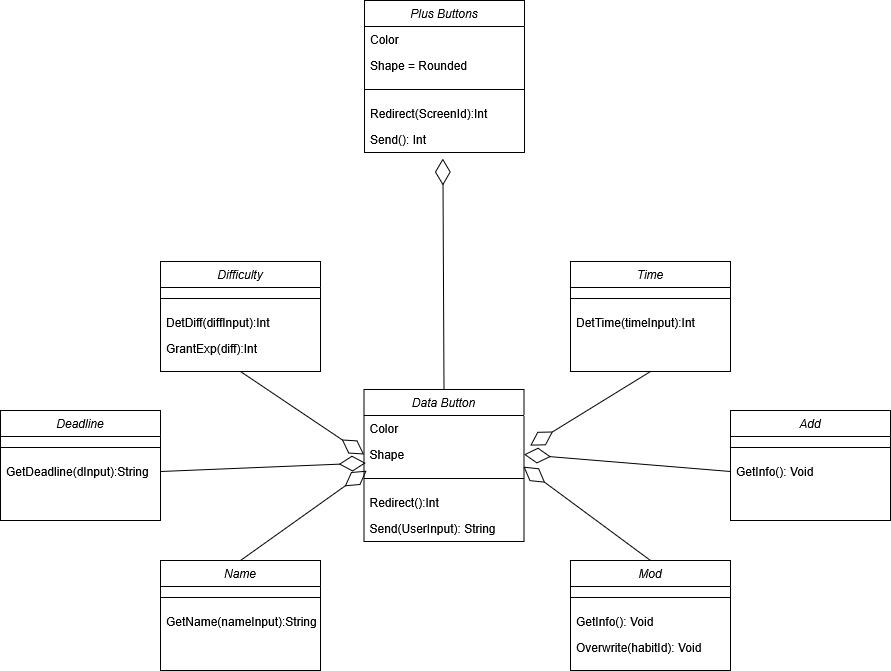
Before: Diagrams/Class_Buttons.drawio.png, a diagram exported from draw.io (Fabiancipher/Habitra). Source tidied: cells renumbered, new cells last; positions are measured from the earlier drawing's top-left corner, leaving out a move shared by most shapes.
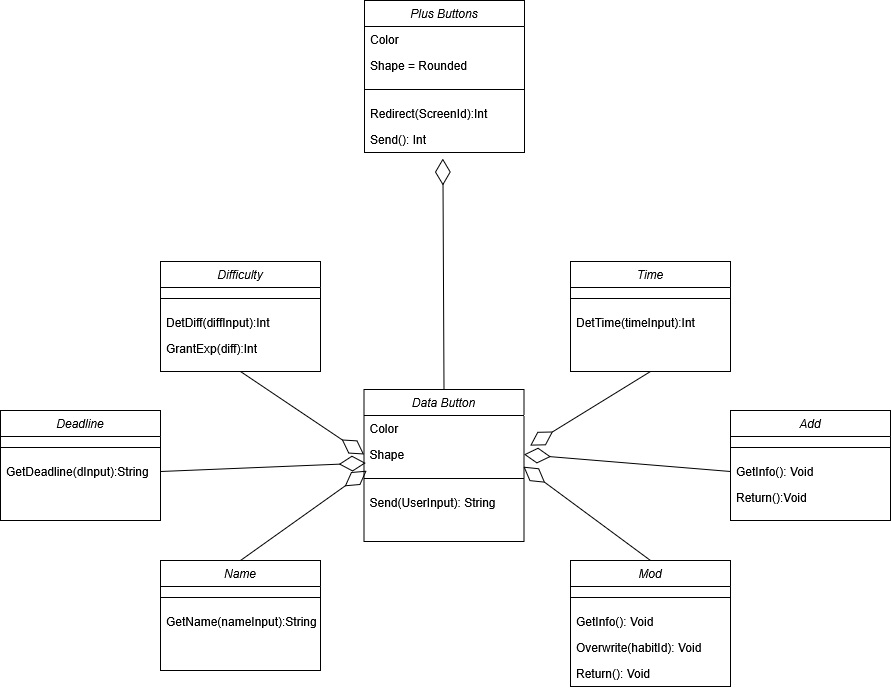
Above is the later version.

The edit, as a diff of the source:
```diff
@@ -50,6 +50,9 @@
     <mxCell id="17" value="GetInfo(): Void" style="text;align=left;verticalAlign=top;spacingLeft=4;spacingRight=4;overflow=hidden;points=[[0,0.5],[1,0.5]];portConstraint=eastwest;" parent="15" vertex="1">
       <mxGeometry y="48" width="160" height="26" as="geometry" />
     </mxCell>
+    <mxCell id="41" value="Return():Void" style="text;align=left;verticalAlign=top;spacingLeft=4;spacingRight=4;overflow=hidden;" parent="15" vertex="1">
+      <mxGeometry y="74" width="160" height="26" as="geometry" />
+    </mxCell>
     <mxCell id="18" value="Name" style="swimlane;fontStyle=2;align=center;verticalAlign=top;horizontal=1;startSize=26;rounded=0;shadow=0;strokeWidth=1;" parent="1" vertex="1">
       <mxGeometry x="160" y="560" width="160" height="110" as="geometry" />
     </mxCell>
@@ -80,14 +83,11 @@
     <mxCell id="27" style="line;html=1;strokeWidth=1;align=left;verticalAlign=middle;spacingTop=-1;spacingLeft=3;spacingRight=3;labelPosition=right;" parent="24" vertex="1">
       <mxGeometry y="78" width="160" height="22" as="geometry" />
     </mxCell>
-    <mxCell id="28" value="Redirect():Int" style="text;align=left;verticalAlign=top;spacingLeft=4;spacingRight=4;overflow=hidden;" parent="24" vertex="1">
-      <mxGeometry y="100" width="160" height="26" as="geometry" />
-    </mxCell>
     <mxCell id="29" value="Send(UserInput): String" style="text;align=left;verticalAlign=top;spacingLeft=4;spacingRight=4;overflow=hidden;" parent="24" vertex="1">
-      <mxGeometry y="126" width="160" height="26" as="geometry" />
+      <mxGeometry y="100" width="160" height="26" as="geometry" />
     </mxCell>
     <mxCell id="30" value="Mod" style="swimlane;fontStyle=2;align=center;verticalAlign=top;horizontal=1;startSize=26;rounded=0;shadow=0;strokeWidth=1;" parent="1" vertex="1">
-      <mxGeometry x="570" y="560" width="160" height="110" as="geometry" />
+      <mxGeometry x="570" y="560" width="160" height="126" as="geometry" />
     </mxCell>
     <mxCell id="31" style="line;html=1;strokeWidth=1;align=left;verticalAlign=middle;spacingTop=-1;spacingLeft=3;spacingRight=3;labelPosition=right;" parent="30" vertex="1">
       <mxGeometry y="26" width="160" height="22" as="geometry" />
@@ -98,6 +98,9 @@
     <mxCell id="33" value="Overwrite(habitId): Void" style="text;align=left;verticalAlign=top;spacingLeft=4;spacingRight=4;overflow=hidden;" parent="30" vertex="1">
       <mxGeometry y="74" width="160" height="26" as="geometry" />
     </mxCell>
+    <mxCell id="42" value="Return(): Void" style="text;align=left;verticalAlign=top;spacingLeft=4;spacingRight=4;overflow=hidden;" parent="30" vertex="1">
+      <mxGeometry y="100" width="160" height="26" as="geometry" />
+    </mxCell>
     <mxCell id="34" style="endArrow=diamondThin;endFill=0;endSize=24;html=1;rounded=0;exitX=1;exitY=0.5;exitDx=0;exitDy=0;entryX=0.01;entryY=0.83;entryDx=0;entryDy=0;entryPerimeter=0;" parent="1" edge="1" source="23" target="26">
       <mxGeometry relative="1" as="geometry" />
     </mxCell>
```
